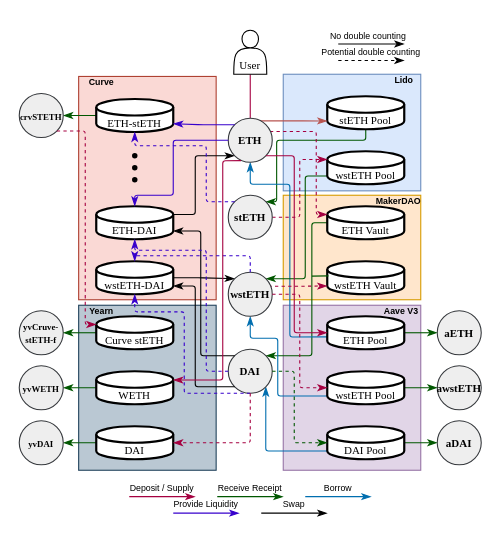
The draw.io diagram diagrams/complexity.drawio in lyc0603/tvl-measurement, before the edit. Source tidied: cells renumbered, new cells numbered last; positions are measured from the earlier drawing's top-left corner, leaving out a move shared by most shapes. Both pictures are drawn from the tidied source at 110%, with x=0, y=0 at pixel (19, 21).
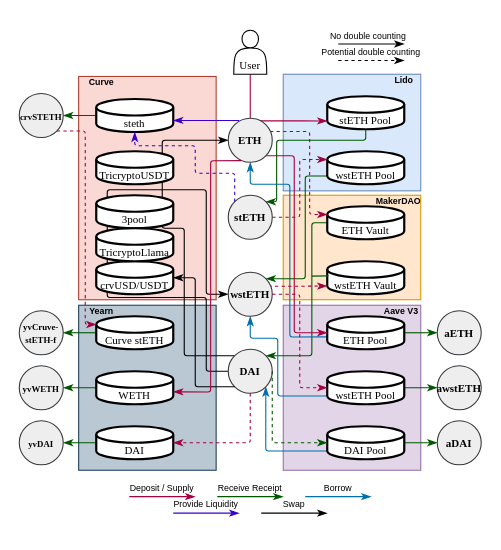
Above is the later version.

Unchanged cells that the change refers to:
```xml
<mxCell id="10" value="stETH Pool" style="shape=cylinder3;whiteSpace=wrap;html=1;boundedLbl=1;backgroundOutline=1;size=7.5;strokeWidth=2;fontFamily=Times New Roman;fontStyle=0;fontSize=10;rounded=0;" parent="1" vertex="1">
  <mxGeometry x="280" y="68" width="70" height="30" as="geometry" />
</mxCell>
<mxCell id="12" value="ETH Vault" style="shape=cylinder3;whiteSpace=wrap;html=1;boundedLbl=1;backgroundOutline=1;size=7.5;strokeWidth=2;fontFamily=Times New Roman;fontStyle=0;fontSize=10;rounded=0;" parent="1" vertex="1">
  <mxGeometry x="280" y="168" width="70" height="30" as="geometry" />
</mxCell>
<mxCell id="22" value="DAI Pool" style="shape=cylinder3;whiteSpace=wrap;html=1;boundedLbl=1;backgroundOutline=1;size=7.5;strokeWidth=2;fontFamily=Times New Roman;fontStyle=0;fontSize=10;rounded=0;" parent="1" vertex="1">
  <mxGeometry x="280" y="368" width="70" height="30" as="geometry" />
</mxCell>
<mxCell id="66" value="&lt;b&gt;wstETH&lt;/b&gt;" style="ellipse;whiteSpace=wrap;html=1;labelBackgroundColor=none;labelBorderColor=none;fillColor=#eeeeee;strokeColor=#36393d;fontSize=10;fontFamily=Times New Roman;rounded=0;" parent="1" vertex="1">
  <mxGeometry x="190" y="228" width="40" height="40" as="geometry" />
</mxCell>
<mxCell id="67" value="&lt;b style=&quot;font-size: 10px;&quot;&gt;stETH&lt;/b&gt;" style="ellipse;whiteSpace=wrap;html=1;labelBackgroundColor=none;labelBorderColor=none;fillColor=#eeeeee;strokeColor=#36393d;fontSize=10;fontFamily=Times New Roman;rounded=0;" parent="1" vertex="1">
  <mxGeometry x="190" y="158" width="40" height="40" as="geometry" />
</mxCell>
<mxCell id="68" value="&lt;b style=&quot;font-size: 10px;&quot;&gt;ETH&lt;/b&gt;" style="ellipse;whiteSpace=wrap;html=1;labelBackgroundColor=none;labelBorderColor=none;fillColor=#eeeeee;strokeColor=#36393d;fontSize=10;fontFamily=Times New Roman;rounded=0;" parent="1" vertex="1">
  <mxGeometry x="190" y="88" width="40" height="40" as="geometry" />
</mxCell>
<mxCell id="69" value="&lt;b&gt;DAI&lt;/b&gt;" style="ellipse;whiteSpace=wrap;html=1;labelBackgroundColor=none;labelBorderColor=none;fillColor=#eeeeee;strokeColor=#36393d;fontSize=10;fontFamily=Times New Roman;rounded=0;" parent="1" vertex="1">
  <mxGeometry x="190" y="298" width="40" height="40" as="geometry" />
</mxCell>
<mxCell id="85" value="WETH" style="shape=cylinder3;whiteSpace=wrap;html=1;boundedLbl=1;backgroundOutline=1;size=7.5;strokeWidth=2;fontFamily=Times New Roman;fontStyle=0;fontSize=10;rounded=0;" parent="1" vertex="1">
  <mxGeometry x="70" y="318" width="70" height="30" as="geometry" />
</mxCell>
```

Change to the diagram source:
```diff
@@
-    <mxCell id="34" value="ETH-stETH" style="shape=cylinder3;whiteSpace=wrap;html=1;boundedLbl=1;backgroundOutline=1;size=7.5;strokeWidth=2;fontFamily=Times New Roman;fontStyle=0;fontSize=10;rounded=0;" parent="1" vertex="1">
+    <mxCell id="34" value="steth" style="shape=cylinder3;whiteSpace=wrap;html=1;boundedLbl=1;backgroundOutline=1;size=7.5;strokeWidth=2;fontFamily=Times New Roman;fontStyle=0;fontSize=10;rounded=0;" parent="1" vertex="1">
       <mxGeometry x="70" y="70.5" width="70" height="30" as="geometry" />
     </mxCell>
@@
-    <mxCell id="36" style="edgeStyle=orthogonalEdgeStyle;rounded=1;jettySize=auto;html=1;exitX=1;exitY=0.5;exitDx=0;exitDy=0;exitPerimeter=0;entryX=0;entryY=0;entryDx=0;entryDy=0;endArrow=classicThin;endFill=1;arcSize=5;" parent="1" edge="1" source="37" target="66">
-      <mxGeometry relative="1" as="geometry" />
-    </mxCell>
-    <mxCell id="37" value="wstETH-DAI" style="shape=cylinder3;whiteSpace=wrap;html=1;boundedLbl=1;backgroundOutline=1;size=7.5;strokeWidth=2;fontFamily=Times New Roman;fontStyle=0;fontSize=10;rounded=0;" parent="1" vertex="1">
-      <mxGeometry x="70" y="218" width="70" height="30" as="geometry" />
-    </mxCell>
@@
-    <mxCell id="41" style="edgeStyle=orthogonalEdgeStyle;rounded=1;jettySize=auto;html=1;exitX=1;exitY=0;exitDx=0;exitDy=7.5;exitPerimeter=0;entryX=0;entryY=1;entryDx=0;entryDy=0;endArrow=classicThin;endFill=1;arcSize=5;" parent="1" edge="1" source="42" target="68">
-      <mxGeometry relative="1" as="geometry">
-        <Array as="points">
-          <mxPoint x="160" y="176" />
-          <mxPoint x="160" y="122" />
-        </Array>
-      </mxGeometry>
-    </mxCell>
-    <mxCell id="42" value="ETH-DAI" style="shape=cylinder3;whiteSpace=wrap;html=1;boundedLbl=1;backgroundOutline=1;size=7.5;strokeWidth=2;fontFamily=Times New Roman;fontStyle=0;fontSize=10;rounded=0;" parent="1" vertex="1">
-      <mxGeometry x="70" y="168" width="70" height="30" as="geometry" />
-    </mxCell>
@@
-    <mxCell id="62" style="edgeStyle=orthogonalEdgeStyle;rounded=1;jettySize=auto;html=1;exitX=0.705;exitY=0.059;exitDx=0;exitDy=0;entryX=0;entryY=1;entryDx=0;entryDy=-7.5;entryPerimeter=0;exitPerimeter=0;endArrow=classicThin;endFill=1;arcSize=5;fillColor=#f8cecc;gradientColor=#ea6b66;strokeColor=#b85450;" parent="1" edge="1" source="68" target="10">
+    <mxCell id="62" style="edgeStyle=orthogonalEdgeStyle;rounded=1;jettySize=auto;html=1;exitX=0.705;exitY=0.059;exitDx=0;exitDy=0;entryX=0;entryY=1;entryDx=0;entryDy=-7.5;entryPerimeter=0;exitPerimeter=0;endArrow=classicThin;endFill=1;arcSize=5;fillColor=#d80073;strokeColor=#A50040;" parent="1" edge="1" source="68" target="10">
       <mxGeometry relative="1" as="geometry" />
     </mxCell>
@@
     <mxCell id="64" style="edgeStyle=orthogonalEdgeStyle;rounded=1;jettySize=auto;html=1;exitX=0.947;exitY=0.3;exitDx=0;exitDy=0;entryX=0;entryY=0;entryDx=0;entryDy=7.5;entryPerimeter=0;exitPerimeter=0;endArrow=classicThin;endFill=1;arcSize=5;fillColor=#d80073;strokeColor=#A50040;dashed=1;" parent="1" edge="1" source="68" target="12">
       <mxGeometry relative="1" as="geometry">
         <Array as="points">
-          <mxPoint x="270" y="100" />
-          <mxPoint x="270" y="176" />
+          <mxPoint x="264" y="100" />
+          <mxPoint x="264" y="175" />
         </Array>
       </mxGeometry>
     </mxCell>
+    <mxCell id="94" style="edgeStyle=orthogonalEdgeStyle;rounded=1;jettySize=auto;html=1;exitX=0;exitY=0.5;exitDx=0;exitDy=0;entryX=0;entryY=0.5;entryDx=0;entryDy=0;endArrow=classicThin;endFill=1;arcSize=5;" parent="1" edge="1" source="69" target="66">
+      <mxGeometry relative="1" as="geometry">
+        <Array as="points">
+          <mxPoint x="170" y="318" />
+          <mxPoint x="170" y="251" />
+          <mxPoint x="80" y="251" />
+          <mxPoint x="80" y="153" />
+          <mxPoint x="170" y="153" />
+          <mxPoint x="170" y="248" />
+        </Array>
+      </mxGeometry>
+    </mxCell>
@@
+    <mxCell id="95" style="edgeStyle=orthogonalEdgeStyle;rounded=1;jettySize=auto;html=1;exitX=0;exitY=0;exitDx=0;exitDy=0;entryX=0;entryY=0.5;entryDx=0;entryDy=0;endArrow=classicThin;endFill=1;arcSize=5;" parent="1" edge="1" source="69" target="68">
+      <mxGeometry relative="1" as="geometry">
+        <Array as="points">
+          <mxPoint x="150" y="304" />
+          <mxPoint x="150" y="188" />
+          <mxPoint x="130" y="188" />
+          <mxPoint x="130" y="108" />
+        </Array>
+      </mxGeometry>
+    </mxCell>
@@
     <mxCell id="73" style="edgeStyle=orthogonalEdgeStyle;rounded=1;jettySize=auto;html=1;exitX=1;exitY=0.5;exitDx=0;exitDy=0;entryX=0;entryY=0.5;entryDx=0;entryDy=0;entryPerimeter=0;endArrow=classicThin;endFill=1;arcSize=5;fillColor=#008a00;strokeColor=#005700;dashed=1;" parent="1" edge="1" source="69" target="22">
       <mxGeometry relative="1" as="geometry">
         <Array as="points">
-          <mxPoint x="250" y="318" />
-          <mxPoint x="250" y="383" />
+          <mxPoint x="230" y="383" />
         </Array>
       </mxGeometry>
     </mxCell>
-    <mxCell id="74" style="edgeStyle=orthogonalEdgeStyle;rounded=1;jettySize=auto;html=1;exitX=0;exitY=0;exitDx=0;exitDy=0;entryX=1;entryY=1;entryDx=0;entryDy=-7.5;entryPerimeter=0;endArrow=classicThin;endFill=1;arcSize=5;fillColor=#6a00ff;strokeColor=#3700CC;" parent="1" edge="1" source="68" target="34">
-      <mxGeometry relative="1" as="geometry" />
-    </mxCell>
     <mxCell id="75" style="edgeStyle=orthogonalEdgeStyle;rounded=1;jettySize=auto;html=1;exitX=0;exitY=0;exitDx=0;exitDy=0;entryX=0.5;entryY=1;entryDx=0;entryDy=0;entryPerimeter=0;endArrow=classicThin;endFill=1;arcSize=5;fillColor=#6a00ff;strokeColor=#3700CC;dashed=1;" parent="1" edge="1" source="67" target="34">
       <mxGeometry relative="1" as="geometry">
         <Array as="points">
-          <mxPoint x="170" y="164" />
-          <mxPoint x="170" y="113" />
+          <mxPoint x="196" y="138" />
+          <mxPoint x="160" y="138" />
+          <mxPoint x="160" y="113" />
           <mxPoint x="105" y="113" />
         </Array>
       </mxGeometry>
     </mxCell>
@@
-    <mxCell id="77" style="edgeStyle=orthogonalEdgeStyle;rounded=1;jettySize=auto;html=1;exitX=0;exitY=0;exitDx=0;exitDy=0;entryX=1;entryY=1;entryDx=0;entryDy=-7.5;entryPerimeter=0;endArrow=classicThin;endFill=1;arcSize=5;" parent="1" edge="1" source="69" target="42">
-      <mxGeometry relative="1" as="geometry" />
-    </mxCell>
-    <mxCell id="78" style="edgeStyle=orthogonalEdgeStyle;rounded=1;jettySize=auto;html=1;exitX=0;exitY=1;exitDx=0;exitDy=0;entryX=1;entryY=1;entryDx=0;entryDy=-7.5;entryPerimeter=0;endArrow=classicThin;endFill=1;arcSize=5;" parent="1" edge="1" source="69" target="37">
+    <mxCell id="78" style="edgeStyle=orthogonalEdgeStyle;rounded=1;jettySize=auto;html=1;exitX=0;exitY=1;exitDx=0;exitDy=0;entryX=1;entryY=0.5;entryDx=0;entryDy=0;entryPerimeter=0;endArrow=classicThin;endFill=1;arcSize=5;" parent="1" edge="1" source="69" target="37">
       <mxGeometry relative="1" as="geometry">
         <Array as="points">
           <mxPoint x="160" y="332" />
-          <mxPoint x="160" y="240" />
+          <mxPoint x="160" y="233" />
         </Array>
       </mxGeometry>
     </mxCell>
-    <mxCell id="79" style="shape=waypoint;sketch=0;fillStyle=solid;size=6;fillColor=none;perimeter=centerPerimeter;strokeWidth=0.5;" parent="1" vertex="1">
-      <mxGeometry x="95" y="134" width="20" height="20" as="geometry" />
-    </mxCell>
-    <mxCell id="80" style="edgeStyle=orthogonalEdgeStyle;rounded=1;jettySize=auto;html=1;exitX=0.5;exitY=1;exitDx=0;exitDy=0;entryX=0.5;entryY=1;entryDx=0;entryDy=0;entryPerimeter=0;endArrow=classicThin;endFill=1;arcSize=5;fillColor=#6a00ff;strokeColor=#3700CC;dashed=1;" parent="1" edge="1" source="69" target="37">
-      <mxGeometry relative="1" as="geometry">
-        <Array as="points">
-          <mxPoint x="150" y="338" />
-          <mxPoint x="150" y="264" />
-          <mxPoint x="105" y="264" />
-        </Array>
-      </mxGeometry>
-    </mxCell>
-    <mxCell id="81" style="edgeStyle=orthogonalEdgeStyle;rounded=1;jettySize=auto;html=1;exitX=0;exitY=0.5;exitDx=0;exitDy=0;entryX=0.5;entryY=1;entryDx=0;entryDy=0;entryPerimeter=0;endArrow=classicThin;endFill=1;arcSize=5;fillColor=#6a00ff;strokeColor=#3700CC;dashed=1;" parent="1" edge="1" source="69" target="42">
-      <mxGeometry relative="1" as="geometry">
-        <Array as="points">
-          <mxPoint x="170" y="318" />
-          <mxPoint x="170" y="208" />
-          <mxPoint x="105" y="208" />
-        </Array>
-      </mxGeometry>
-    </mxCell>
-    <mxCell id="82" style="edgeStyle=orthogonalEdgeStyle;rounded=1;jettySize=auto;html=1;exitX=0.5;exitY=0;exitDx=0;exitDy=0;entryX=0.5;entryY=0;entryDx=0;entryDy=0;entryPerimeter=0;endArrow=classicThin;endFill=1;arcSize=5;fillColor=#6a00ff;strokeColor=#3700CC;dashed=1;" parent="1" edge="1" source="66" target="37">
-      <mxGeometry relative="1" as="geometry">
-        <Array as="points">
-          <mxPoint x="210" y="213" />
-          <mxPoint x="105" y="213" />
-        </Array>
-      </mxGeometry>
-    </mxCell>
-    <mxCell id="83" style="edgeStyle=orthogonalEdgeStyle;rounded=1;jettySize=auto;html=1;entryX=0.5;entryY=0;entryDx=0;entryDy=0;entryPerimeter=0;endArrow=classicThin;endFill=1;arcSize=5;fillColor=#6a00ff;strokeColor=#3700CC;" parent="1" edge="1" source="68" target="42">
-      <mxGeometry relative="1" as="geometry">
-        <Array as="points">
-          <mxPoint x="140" y="108" />
-          <mxPoint x="140" y="158" />
-          <mxPoint x="105" y="158" />
-        </Array>
-      </mxGeometry>
-    </mxCell>
@@
-    <mxCell id="86" style="edgeStyle=orthogonalEdgeStyle;rounded=1;jettySize=auto;html=1;exitX=0.291;exitY=0.964;exitDx=0;exitDy=0;exitPerimeter=0;endArrow=classicThin;endFill=1;arcSize=5;fillColor=#d80073;strokeColor=#A50040;" parent="1" edge="1" source="68">
+    <mxCell id="86" style="edgeStyle=orthogonalEdgeStyle;rounded=1;jettySize=auto;html=1;exitX=0.291;exitY=0.964;exitDx=0;exitDy=0;exitPerimeter=0;endArrow=classicThin;endFill=1;arcSize=5;fillColor=#d80073;strokeColor=#A50040;entryX=1;entryY=0;entryDx=0;entryDy=18.75;entryPerimeter=0;" parent="1" edge="1" source="68" target="85">
       <mxGeometry relative="1" as="geometry">
-        <mxPoint x="140" y="326" as="targetPoint" />
         <Array as="points">
-          <mxPoint x="185" y="127" />
-          <mxPoint x="185" y="326" />
+          <mxPoint x="174" y="127" />
+          <mxPoint x="174" y="337" />
         </Array>
       </mxGeometry>
     </mxCell>
@@
-    <mxCell id="92" style="shape=waypoint;sketch=0;fillStyle=solid;size=6;fillColor=none;perimeter=centerPerimeter;strokeWidth=0.5;" parent="1" vertex="1">
-      <mxGeometry x="95" y="123" width="20" height="20" as="geometry" />
-    </mxCell>
-    <mxCell id="93" style="shape=waypoint;sketch=0;fillStyle=solid;size=6;fillColor=none;perimeter=centerPerimeter;strokeWidth=0.5;" parent="1" vertex="1">
-      <mxGeometry x="95" y="112" width="20" height="20" as="geometry" />
-    </mxCell>
+    <mxCell id="96" value="3pool" style="shape=cylinder3;whiteSpace=wrap;html=1;boundedLbl=1;backgroundOutline=1;size=7.5;strokeWidth=2;fontFamily=Times New Roman;fontStyle=0;fontSize=10;rounded=0;" parent="1" vertex="1">
+      <mxGeometry x="70" y="158" width="70" height="30" as="geometry" />
+    </mxCell>
+    <mxCell id="42" value="TricryptoUSDT" style="shape=cylinder3;whiteSpace=wrap;html=1;boundedLbl=1;backgroundOutline=1;size=7.5;strokeWidth=2;fontFamily=Times New Roman;fontStyle=0;fontSize=10;rounded=0;" parent="1" vertex="1">
+      <mxGeometry x="70" y="118" width="70" height="30" as="geometry" />
+    </mxCell>
+    <mxCell id="37" value="crvUSD/USDT" style="shape=cylinder3;whiteSpace=wrap;html=1;boundedLbl=1;backgroundOutline=1;size=7.5;strokeWidth=2;fontFamily=Times New Roman;fontStyle=0;fontSize=10;rounded=0;" parent="1" vertex="1">
+      <mxGeometry x="70" y="218" width="70" height="30" as="geometry" />
+    </mxCell>
+    <mxCell id="97" value="TricryptoLlama" style="shape=cylinder3;whiteSpace=wrap;html=1;boundedLbl=1;backgroundOutline=1;size=7.5;strokeWidth=2;fontFamily=Times New Roman;fontStyle=0;fontSize=10;rounded=0;" parent="1" vertex="1">
+      <mxGeometry x="70" y="188" width="70" height="30" as="geometry" />
+    </mxCell>
+    <mxCell id="98" style="endArrow=classicThin;html=1;rounded=1;endFill=1;arcSize=5;fillColor=#6a00ff;strokeColor=#3700CC;" parent="1" edge="1">
+      <mxGeometry relative="1" as="geometry">
+        <mxPoint x="200" y="90" as="sourcePoint" />
+        <mxPoint x="140" y="90" as="targetPoint" />
+      </mxGeometry>
+    </mxCell>
```
